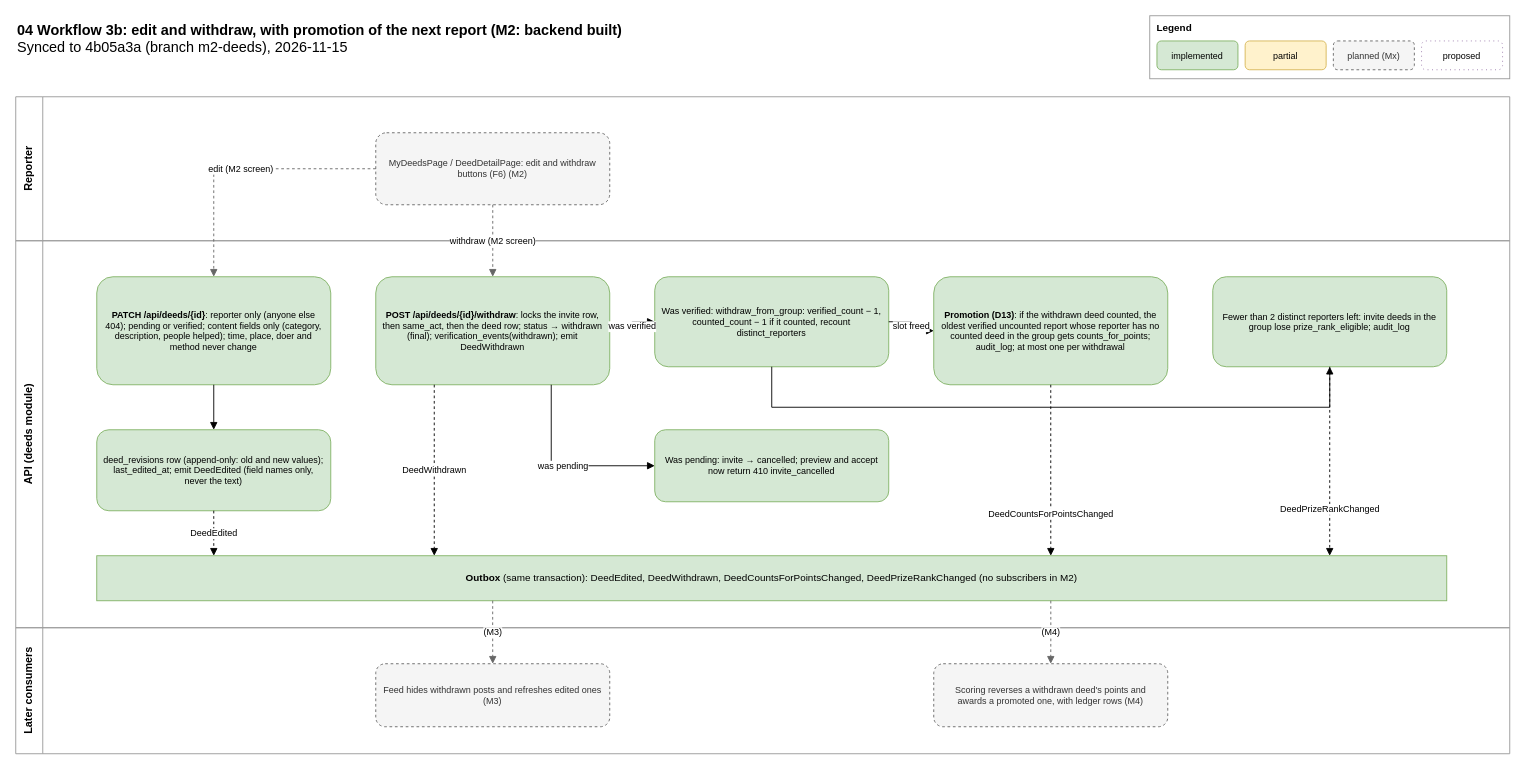
Earlier version of the draw.io diagram page "3b Edit and withdraw (M2)" (6 of 8) of docs/architecture/04-workflows.drawio (Ismail94M/Good-Deeds). Source tidied: cells renumbered, new cells numbered last; positions are measured from the earlier drawing's top-left corner, leaving out a move shared by most shapes. Both pictures are drawn from the tidied source at 90%, with x=0, y=0 at pixel (15, 15).
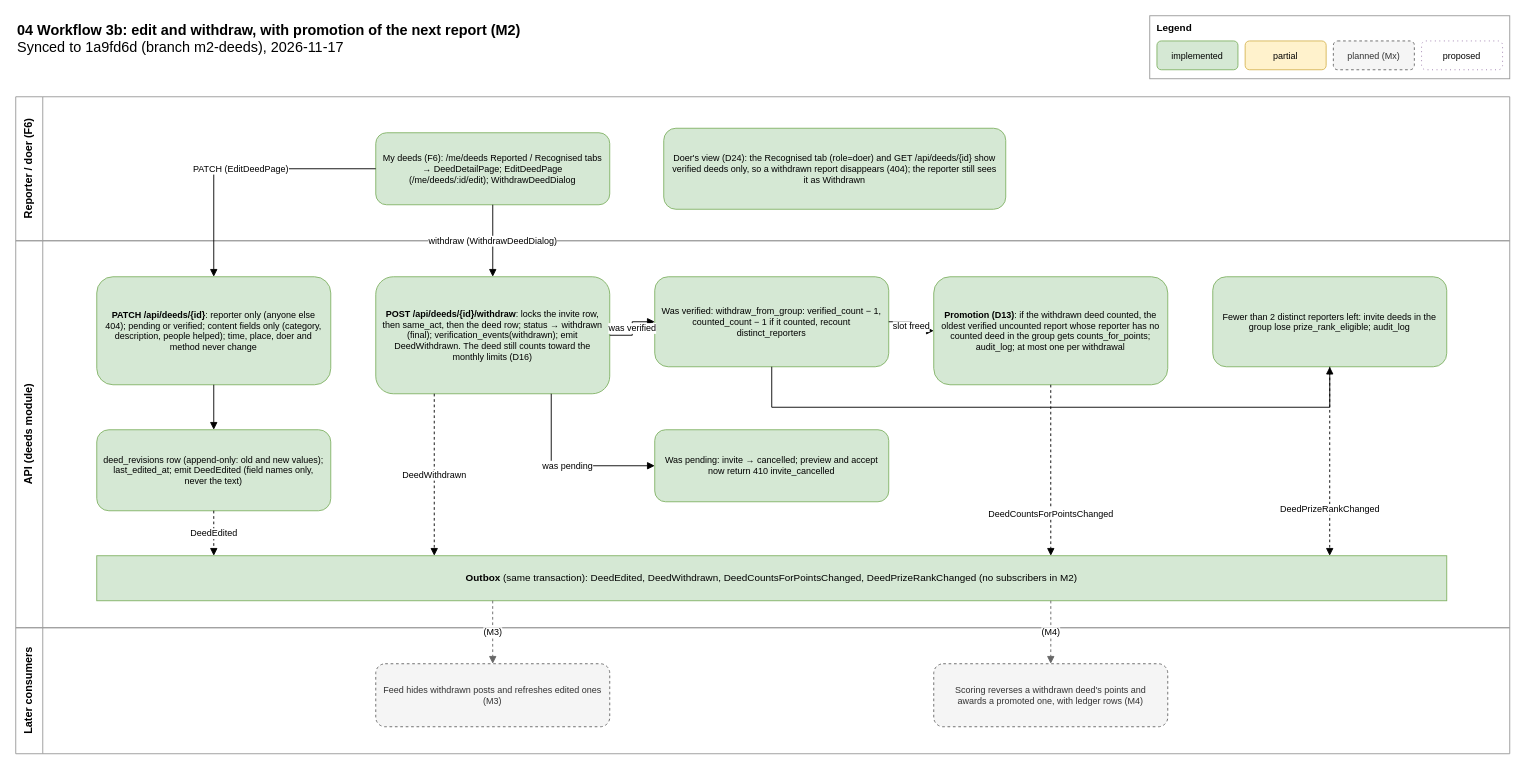
The same diagram, later.

The change refers to these unchanged cells:
```xml
<mxCell id="12" value="&lt;b&gt;PATCH /api/deeds/{id}&lt;/b&gt;: reporter only (anyone else 404); pending or verified; content fields only (category, description, people helped); time, place, doer and method never change" style="rounded=1;whiteSpace=wrap;html=1;fontSize=10;spacing=8;fillColor=#d5e8d4;strokeColor=#82b366;" parent="1" vertex="1">
  <mxGeometry x="90" y="290" width="260" height="120" as="geometry" />
</mxCell>
```

Change to the diagram source:
```diff
@@
-    <mxCell id="2" value="&lt;b&gt;04 Workflow 3b: edit and withdraw, with promotion of the next report (M2: backend built)&lt;/b&gt;&lt;br&gt;Synced to 4b05a3a (branch m2-deeds), 2026-11-15" style="text;html=1;align=left;verticalAlign=top;fontSize=16;strokeColor=none;fillColor=none;" parent="1" vertex="1">
+    <mxCell id="2" value="&lt;b&gt;04 Workflow 3b: edit and withdraw, with promotion of the next report (M2)&lt;/b&gt;&lt;br&gt;Synced to 1a9fd6d (branch m2-deeds), 2026-11-17" style="text;html=1;align=left;verticalAlign=top;fontSize=16;strokeColor=none;fillColor=none;" parent="1" vertex="1">
       <mxGeometry width="1000" height="50" as="geometry" />
     </mxCell>
@@
-    <mxCell id="8" value="Reporter" style="swimlane;horizontal=0;whiteSpace=wrap;html=1;startSize=30;fontStyle=1;fillColor=none;strokeColor=#999999;rounded=0;" parent="1" vertex="1">
+    <mxCell id="8" value="Reporter / doer (F6)" style="swimlane;horizontal=0;whiteSpace=wrap;html=1;startSize=30;fontStyle=1;fillColor=none;strokeColor=#999999;rounded=0;" parent="1" vertex="1">
       <mxGeometry y="90" width="1660" height="160" as="geometry" />
     </mxCell>
@@
-    <mxCell id="11" value="MyDeedsPage / DeedDetailPage: edit and withdraw buttons (F6) (M2)" style="rounded=1;whiteSpace=wrap;html=1;fontSize=10;spacing=8;fillColor=#f5f5f5;strokeColor=#666666;fontColor=#333333;dashed=1;" parent="1" vertex="1">
+    <mxCell id="11" value="My deeds (F6): /me/deeds Reported / Recognised tabs → DeedDetailPage; EditDeedPage (/me/deeds/:id/edit); WithdrawDeedDialog" style="rounded=1;whiteSpace=wrap;html=1;fontSize=10;spacing=8;fillColor=#d5e8d4;strokeColor=#82b366;" parent="1" vertex="1">
       <mxGeometry x="400" y="130" width="260" height="80" as="geometry" />
     </mxCell>
+    <mxCell id="35" value="Doer's view (D24): the Recognised tab (role=doer) and GET /api/deeds/{id} show verified deeds only, so a withdrawn report disappears (404); the reporter still sees it as Withdrawn" style="rounded=1;whiteSpace=wrap;html=1;fontSize=10;spacing=8;fillColor=#d5e8d4;strokeColor=#82b366;" parent="1" vertex="1">
+      <mxGeometry x="720" y="125" width="380" height="90" as="geometry" />
+    </mxCell>
@@
-    <mxCell id="14" value="&lt;b&gt;POST /api/deeds/{id}/withdraw&lt;/b&gt;: locks the invite row, then same_act, then the deed row; status → withdrawn (final); verification_events(withdrawn); emit DeedWithdrawn" style="rounded=1;whiteSpace=wrap;html=1;fontSize=10;spacing=8;fillColor=#d5e8d4;strokeColor=#82b366;" parent="1" vertex="1">
-      <mxGeometry x="400" y="290" width="260" height="120" as="geometry" />
+    <mxCell id="14" value="&lt;b&gt;POST /api/deeds/{id}/withdraw&lt;/b&gt;: locks the invite row, then same_act, then the deed row; status → withdrawn (final); verification_events(withdrawn); emit DeedWithdrawn. The deed still counts toward the monthly limits (D16)" style="rounded=1;whiteSpace=wrap;html=1;fontSize=10;spacing=8;fillColor=#d5e8d4;strokeColor=#82b366;" parent="1" vertex="1">
+      <mxGeometry x="400" y="290" width="260" height="130" as="geometry" />
     </mxCell>
@@
-    <mxCell id="22" value="edit (M2 screen)" style="edgeStyle=orthogonalEdgeStyle;rounded=0;html=1;endArrow=block;strokeColor=#666666;dashed=1;fontSize=10;labelBackgroundColor=#ffffff;exitX=0;exitY=0.5;exitDx=0;exitDy=0;entryX=0.5;entryY=0;entryDx=0;entryDy=0;" parent="1" edge="1" source="11" target="12">
+    <mxCell id="22" value="PATCH (EditDeedPage)" style="edgeStyle=orthogonalEdgeStyle;rounded=0;html=1;endArrow=block;fontSize=10;labelBackgroundColor=#ffffff;exitX=0;exitY=0.5;exitDx=0;exitDy=0;entryX=0.5;entryY=0;entryDx=0;entryDy=0;strokeColor=#000000;" parent="1" edge="1" source="11" target="12">
       <mxGeometry relative="1" as="geometry" />
     </mxCell>
-    <mxCell id="23" value="withdraw (M2 screen)" style="edgeStyle=orthogonalEdgeStyle;rounded=0;html=1;endArrow=block;strokeColor=#666666;dashed=1;fontSize=10;labelBackgroundColor=#ffffff;exitX=0.5;exitY=1;exitDx=0;exitDy=0;entryX=0.5;entryY=0;entryDx=0;entryDy=0;" parent="1" edge="1" source="11" target="14">
+    <mxCell id="23" value="withdraw (WithdrawDeedDialog)" style="edgeStyle=orthogonalEdgeStyle;rounded=0;html=1;endArrow=block;fontSize=10;labelBackgroundColor=#ffffff;exitX=0.5;exitY=1;exitDx=0;exitDy=0;entryX=0.5;entryY=0;entryDx=0;entryDy=0;strokeColor=#000000;" parent="1" edge="1" source="11" target="14">
       <mxGeometry relative="1" as="geometry" />
     </mxCell>
```
